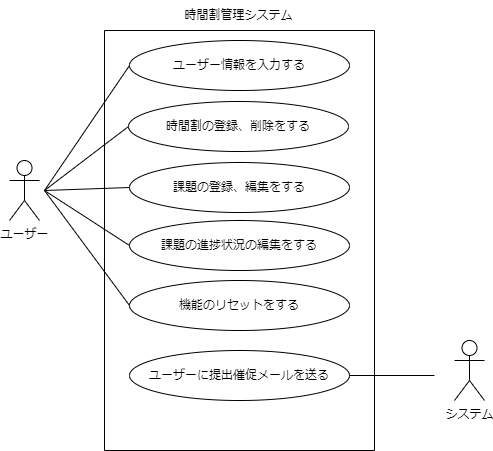
masaki1234567/psp4 keeps this draw.io diagram as 振る舞い図/ユースケース図/ユースケース図.drawio.png. Above is the earlier version. Source tidied: cells renumbered, new cells last; positions are measured from the earlier drawing's top-left corner, leaving out a move shared by most shapes.
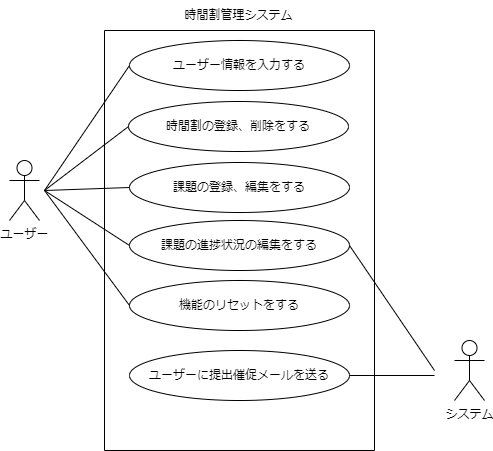
After the change.

Commit message:
システムが課題進捗情報に関与できるように変更

What changed in the source:
```diff
@@ -62,5 +62,10 @@
         <mxPoint x="425" y="375" as="targetPoint" />
       </mxGeometry>
     </mxCell>
+    <mxCell id="18" style="edgeStyle=none;html=1;exitX=1;exitY=0.5;exitDx=0;exitDy=0;endArrow=none;endFill=0;" parent="1" edge="1" source="6">
+      <mxGeometry relative="1" as="geometry">
+        <mxPoint x="425" y="370" as="targetPoint" />
+      </mxGeometry>
+    </mxCell>
   </root>
 </mxGraphModel>
```
